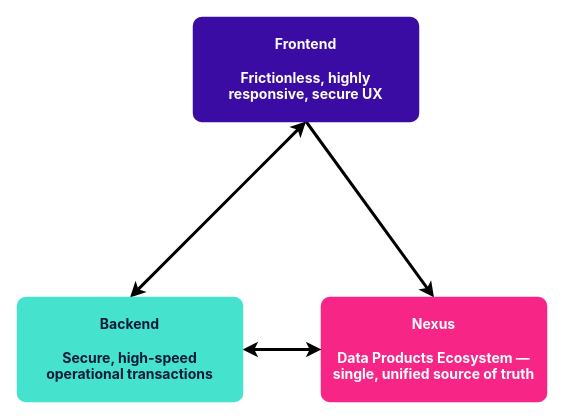
Earlier version of the draw.io diagram Nexus/Golden_Triad.drawio (luisruizML/documents). Source tidied: cells renumbered, new cells numbered last; positions are measured from the earlier drawing's top-left corner, leaving out a move shared by most shapes. Both pictures are drawn from the tidied source at 100%, with x=0, y=0 at pixel (17, 17).
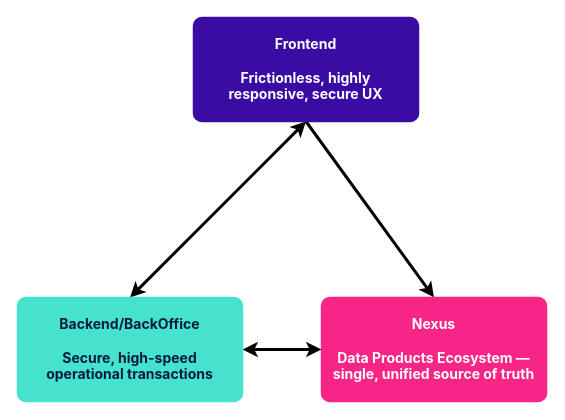
After the change.

The edit, as a diff of the source:
```diff
@@
 <mxGraphModel background="#FFFFFF">
   <root>
     <mxCell id="0" />
     <mxCell id="1" parent="0" />
     <mxCell id="2" style="edgeStyle=none;html=1;entryX=0.5;entryY=0;entryDx=0;entryDy=0;strokeWidth=3;strokeColor=#000000;startArrow=classic;startFill=1;exitX=0.5;exitY=1;exitDx=0;exitDy=0;" parent="1" edge="1" source="4" target="7">
       <mxGeometry relative="1" as="geometry" />
     </mxCell>
     <mxCell id="3" style="edgeStyle=none;html=1;entryX=0.5;entryY=0;entryDx=0;entryDy=0;strokeColor=#000000;strokeWidth=3;startArrow=none;startFill=0;exitX=0.5;exitY=1;exitDx=0;exitDy=0;" parent="1" edge="1" source="4" target="5">
       <mxGeometry relative="1" as="geometry" />
     </mxCell>
     <mxCell id="4" value="Frontend&lt;br&gt;&lt;br&gt;Frictionless, highly&lt;br&gt;responsive, secure UX" style="rounded=1;arcSize=8;html=1;whiteSpace=wrap;fillColor=#3A0CA3;strokeColor=#3A0CA3;strokeWidth=1.5;fontColor=#FFFFFF;fontSize=14;fontFamily=Inter, Roboto, system-ui, -apple-system, sans-serif;verticalAlign=middle;align=center;fontStyle=1;" parent="1" vertex="1">
       <mxGeometry x="176" width="225" height="104" as="geometry" />
     </mxCell>
     <mxCell id="5" value="Nexus&lt;br&gt;&lt;br&gt;Data Products Ecosystem —&lt;br&gt;single, unified source of truth" style="rounded=1;arcSize=8;html=1;whiteSpace=wrap;fillColor=#F72586;strokeColor=#F72586;strokeWidth=1.5;fontColor=#FFFFFF;fontSize=14;fontFamily=Inter, Roboto, system-ui, -apple-system, sans-serif;verticalAlign=middle;align=center;fontStyle=1;" parent="1" vertex="1">
       <mxGeometry x="304" y="280" width="225" height="104" as="geometry" />
     </mxCell>
     <mxCell id="6" style="edgeStyle=none;html=1;strokeColor=#000000;strokeWidth=3;startArrow=classic;startFill=1;" parent="1" edge="1" source="7" target="5">
       <mxGeometry relative="1" as="geometry" />
     </mxCell>
-    <mxCell id="7" value="Backend&lt;br&gt;&lt;br&gt;Secure, high-speed&lt;br&gt;operational transactions" style="rounded=1;arcSize=8;html=1;whiteSpace=wrap;fillColor=#45E3CD;strokeColor=#45E3CD;strokeWidth=1.5;fontColor=#0B1B3A;fontSize=14;fontFamily=Inter, Roboto, system-ui, -apple-system, sans-serif;verticalAlign=middle;align=center;fontStyle=1;" parent="1" vertex="1">
+    <mxCell id="7" value="Backend/BackOffice&lt;br&gt;&lt;br&gt;Secure, high-speed&lt;br&gt;operational transactions" style="rounded=1;arcSize=8;html=1;whiteSpace=wrap;fillColor=#45E3CD;strokeColor=#45E3CD;strokeWidth=1.5;fontColor=#0B1B3A;fontSize=14;fontFamily=Inter, Roboto, system-ui, -apple-system, sans-serif;verticalAlign=middle;align=center;fontStyle=1;" parent="1" vertex="1">
       <mxGeometry y="280" width="225" height="104" as="geometry" />
     </mxCell>
   </root>
 </mxGraphModel>
```
